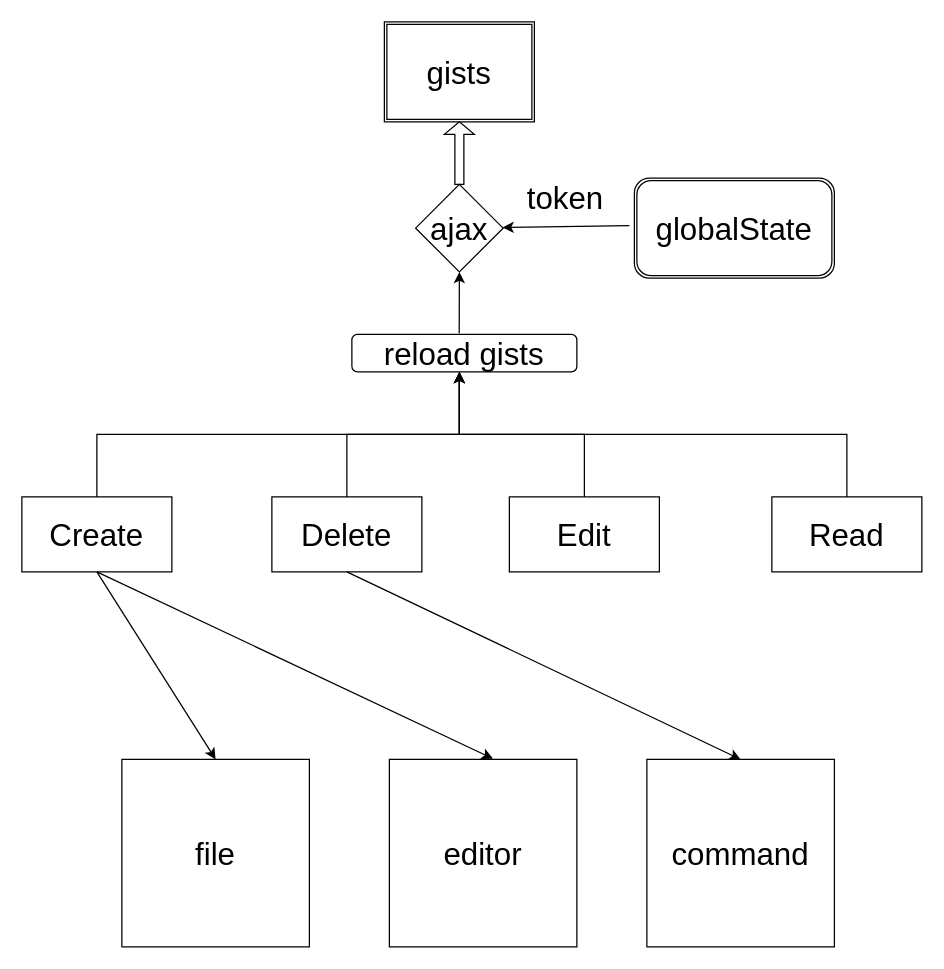
Before: page "all" (1 of 2) of process.drawio in whosydd/gist-vscode, a draw.io diagram. Source tidied: cells renumbered, new cells numbered last; positions are measured from the earlier drawing's top-left corner, leaving out a move shared by most shapes. Both pictures are drawn from the tidied source at 125%, with x=0, y=0 at pixel (21, 21).
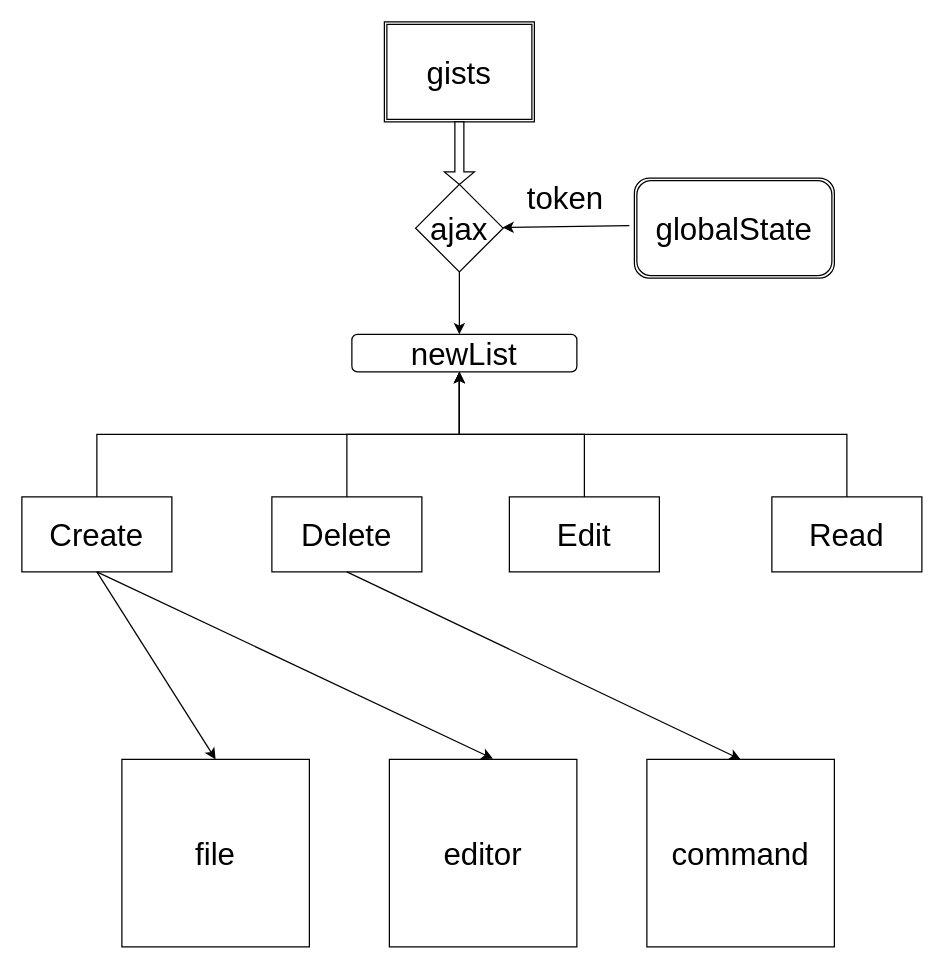
After the change.

Commit message (it also covers changes not shown here):
修改命令名称

The change refers to these unchanged cells:
```xml
<mxCell id="4" value="ajax" style="rhombus;whiteSpace=wrap;html=1;fontSize=25;verticalAlign=middle;" parent="1" vertex="1">
  <mxGeometry x="315" y="130" width="70" height="70" as="geometry" />
</mxCell>
```

The edit, as a diff of the source:
```diff
@@
-    <mxCell id="3" style="shape=singleArrow;direction=north;whiteSpace=wrap;html=1;fontSize=25;" parent="1" vertex="1">
+    <mxCell id="3" style="shape=singleArrow;direction=north;whiteSpace=wrap;html=1;fontSize=25;rotation=-180;" parent="1" vertex="1">
       <mxGeometry x="338" y="80" width="24" height="50" as="geometry" />
     </mxCell>
@@
-    <mxCell id="8" value="reload gists" style="rounded=1;whiteSpace=wrap;html=1;fontSize=25;fillColor=none;verticalAlign=middle;" parent="1" vertex="1">
+    <mxCell id="8" value="newList" style="rounded=1;whiteSpace=wrap;html=1;fontSize=25;fillColor=none;verticalAlign=middle;" parent="1" vertex="1">
       <mxGeometry x="264" y="250" width="180" height="30" as="geometry" />
     </mxCell>
@@
-    <mxCell id="19" style="endArrow=classic;html=1;fontSize=25;verticalAlign=bottom;exitX=0.477;exitY=-0.033;exitDx=0;exitDy=0;exitPerimeter=0;entryX=0.5;entryY=1;entryDx=0;entryDy=0;" parent="1" edge="1" source="8" target="4">
-      <mxGeometry relative="1" as="geometry" />
+    <mxCell id="19" style="endArrow=classic;html=1;fontSize=25;verticalAlign=bottom;exitX=0.5;exitY=1;exitDx=0;exitDy=0;" parent="1" edge="1" source="4">
+      <mxGeometry relative="1" as="geometry">
+        <mxPoint x="350" y="250" as="targetPoint" />
+      </mxGeometry>
     </mxCell>
```
